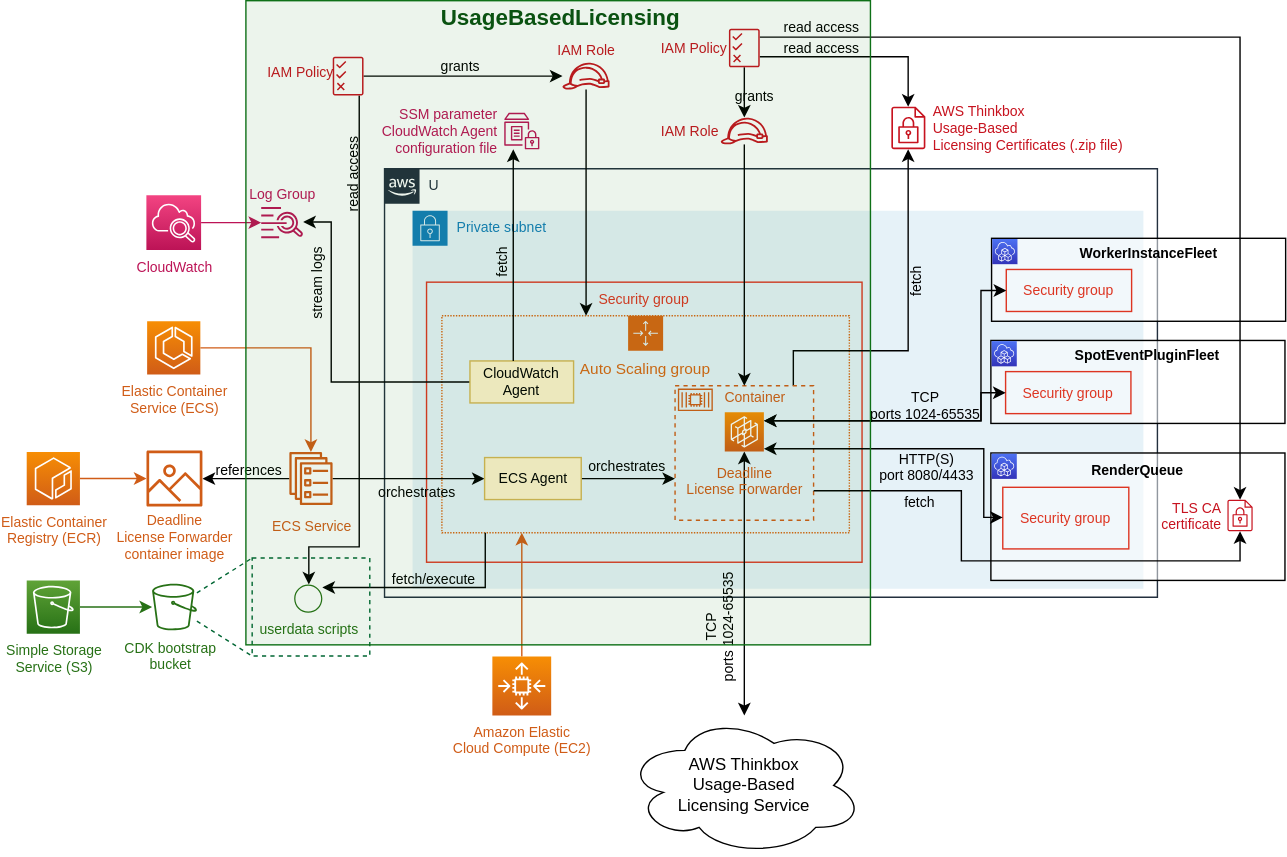
aws/aws-rfdk keeps this draw.io diagram as packages/aws-rfdk/docs/diagrams/deadline/UsageBasedLicensing.svg. Above is the earlier version. Source tidied: cells renumbered, new cells last; positions are measured from the earlier drawing's top-left corner, leaving out a move shared by most shapes.
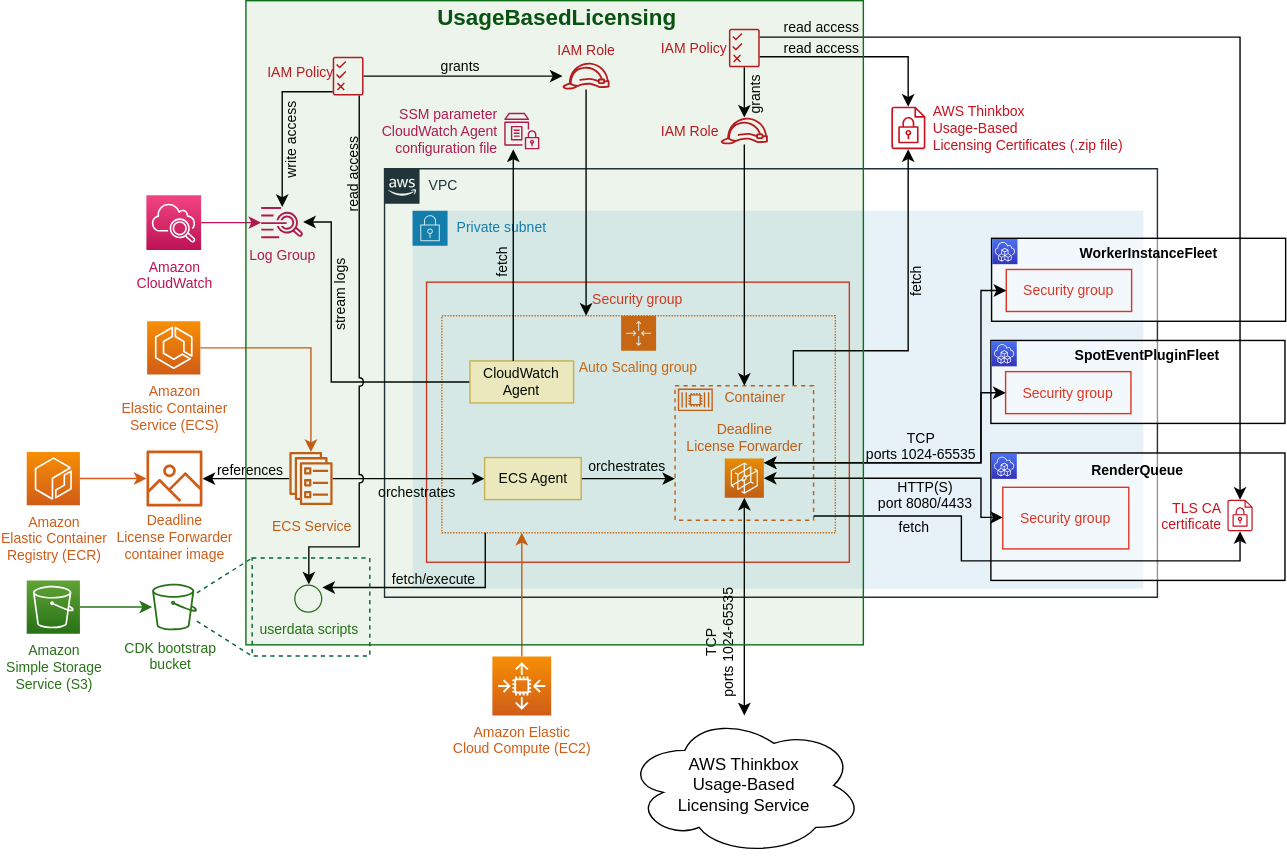
After the change.

Diff of the diagram source:
```diff
@@ -4,3 +4,3 @@
     <mxCell id="1" parent="0" />
-    <mxCell id="2" value="U" style="gradientColor=none;html=1;whiteSpace=wrap;fontSize=10;fontStyle=0;shape=mxgraph.aws4.group;grIcon=mxgraph.aws4.group_aws_cloud_alt;strokeColor=#232F3E;fillColor=none;verticalAlign=top;align=left;spacingLeft=30;fontColor=#232F3E;dashed=0;" parent="1" vertex="1">
+    <mxCell id="2" value="VPC" style="gradientColor=none;html=1;whiteSpace=wrap;fontSize=10;fontStyle=0;shape=mxgraph.aws4.group;grIcon=mxgraph.aws4.group_aws_cloud_alt;strokeColor=#232F3E;fillColor=none;verticalAlign=top;align=left;spacingLeft=30;fontColor=#232F3E;dashed=0;" parent="1" vertex="1">
       <mxGeometry x="255.1" y="120" width="551.9" height="306" as="geometry" />
@@ -11,6 +11,6 @@
     <mxCell id="4" value="Security group" style="fillColor=none;strokeColor=#DD3522;verticalAlign=top;fontStyle=0;fontColor=#DD3522;fontSize=10;" parent="1" vertex="1">
-      <mxGeometry x="285.1" y="201" width="311" height="200" as="geometry" />
+      <mxGeometry x="285.1" y="201" width="301.9" height="200" as="geometry" />
     </mxCell>
-    <mxCell id="5" value="Auto Scaling group" style="points=[[0,0],[0.25,0],[0.5,0],[0.75,0],[1,0],[1,0.25],[1,0.5],[1,0.75],[1,1],[0.75,1],[0.5,1],[0.25,1],[0,1],[0,0.75],[0,0.5],[0,0.25]];outlineConnect=0;gradientColor=none;html=1;whiteSpace=wrap;fontSize=11;fontStyle=0;shape=mxgraph.aws4.groupCenter;grIcon=mxgraph.aws4.group_auto_scaling_group;grStroke=1;strokeColor=#D86613;fillColor=none;verticalAlign=top;align=center;fontColor=#D86613;dashed=1;spacingTop=25;dashPattern=1 1;labelBackgroundColor=none;sketch=0;" parent="1" vertex="1">
-      <mxGeometry x="296" y="225" width="291" height="155" as="geometry" />
+    <mxCell id="5" value="Auto Scaling group" style="points=[[0,0],[0.25,0],[0.5,0],[0.75,0],[1,0],[1,0.25],[1,0.5],[1,0.75],[1,1],[0.75,1],[0.5,1],[0.25,1],[0,1],[0,0.75],[0,0.5],[0,0.25]];outlineConnect=0;gradientColor=none;html=1;whiteSpace=wrap;fontSize=10;fontStyle=0;shape=mxgraph.aws4.groupCenter;grIcon=mxgraph.aws4.group_auto_scaling_group;grStroke=1;strokeColor=#D86613;fillColor=none;verticalAlign=top;align=center;fontColor=#D86613;dashed=1;spacingTop=25;dashPattern=1 1;labelBackgroundColor=none;sketch=0;" parent="1" vertex="1">
+      <mxGeometry x="296" y="225" width="281" height="155" as="geometry" />
     </mxCell>
@@ -20,3 +20,3 @@
     <mxCell id="7" value="references" style="edgeStyle=orthogonalEdgeStyle;rounded=0;jettySize=auto;html=1;fontSize=10;labelBackgroundColor=none;" parent="1" edge="1" source="9" target="22">
-      <mxGeometry x="-0.05" y="-6" relative="1" as="geometry" />
+      <mxGeometry x="-0.09" y="-6" relative="1" as="geometry" />
     </mxCell>
@@ -31,6 +31,6 @@
     </mxCell>
-    <mxCell id="11" value="Simple Storage&lt;br style=&quot;font-size: 10px;&quot;&gt;Service (S3)" style="points=[[0,0,0],[0.25,0,0],[0.5,0,0],[0.75,0,0],[1,0,0],[0,1,0],[0.25,1,0],[0.5,1,0],[0.75,1,0],[1,1,0],[0,0.25,0],[0,0.5,0],[0,0.75,0],[1,0.25,0],[1,0.5,0],[1,0.75,0]];outlineConnect=0;gradientColor=#60A337;gradientDirection=north;fillColor=#277116;strokeColor=#ffffff;dashed=0;verticalLabelPosition=bottom;verticalAlign=top;align=center;html=1;fontSize=10;fontStyle=0;shape=mxgraph.aws4.resourceIcon;resIcon=mxgraph.aws4.s3;fontColor=#277116;" parent="1" vertex="1">
+    <mxCell id="11" value="Amazon&lt;br&gt;Simple Storage&lt;br style=&quot;font-size: 10px&quot;&gt;Service (S3)" style="points=[[0,0,0],[0.25,0,0],[0.5,0,0],[0.75,0,0],[1,0,0],[0,1,0],[0.25,1,0],[0.5,1,0],[0.75,1,0],[1,1,0],[0,0.25,0],[0,0.5,0],[0,0.75,0],[1,0.25,0],[1,0.5,0],[1,0.75,0]];outlineConnect=0;gradientColor=#60A337;gradientDirection=north;fillColor=#277116;strokeColor=#ffffff;dashed=0;verticalLabelPosition=bottom;verticalAlign=top;align=center;html=1;fontSize=10;fontStyle=0;shape=mxgraph.aws4.resourceIcon;resIcon=mxgraph.aws4.s3;fontColor=#277116;" parent="1" vertex="1">
       <mxGeometry x="-0.5" y="414" width="38" height="38" as="geometry" />
     </mxCell>
-    <mxCell id="12" value="fetch/execute" style="edgeStyle=orthogonalEdgeStyle;rounded=0;jettySize=auto;html=1;fontSize=10;labelBackgroundColor=none;" parent="1" edge="1" source="5" target="63">
+    <mxCell id="12" value="fetch/execute" style="edgeStyle=orthogonalEdgeStyle;rounded=0;jettySize=auto;html=1;fontSize=10;labelBackgroundColor=none;" parent="1" edge="1" source="5" target="64">
       <mxGeometry x="-0.02" y="-6" relative="1" as="geometry">
@@ -80,3 +80,3 @@
     </mxCell>
-    <mxCell id="21" value="Elastic Container&lt;br style=&quot;font-size: 10px;&quot;&gt;Service (ECS)" style="points=[[0,0,0],[0.25,0,0],[0.5,0,0],[0.75,0,0],[1,0,0],[0,1,0],[0.25,1,0],[0.5,1,0],[0.75,1,0],[1,1,0],[0,0.25,0],[0,0.5,0],[0,0.75,0],[1,0.25,0],[1,0.5,0],[1,0.75,0]];outlineConnect=0;gradientColor=#F78E04;gradientDirection=north;fillColor=#D05C17;strokeColor=#ffffff;dashed=0;verticalLabelPosition=bottom;verticalAlign=top;align=center;html=1;fontSize=10;fontStyle=0;shape=mxgraph.aws4.resourceIcon;resIcon=mxgraph.aws4.ecs;labelBackgroundColor=#ffffff;fontColor=#D05C17;" parent="1" vertex="1">
+    <mxCell id="21" value="Amazon&lt;br&gt;Elastic Container&lt;br style=&quot;font-size: 10px&quot;&gt;Service (ECS)" style="points=[[0,0,0],[0.25,0,0],[0.5,0,0],[0.75,0,0],[1,0,0],[0,1,0],[0.25,1,0],[0.5,1,0],[0.75,1,0],[1,1,0],[0,0.25,0],[0,0.5,0],[0,0.75,0],[1,0.25,0],[1,0.5,0],[1,0.75,0]];outlineConnect=0;gradientColor=#F78E04;gradientDirection=north;fillColor=#D05C17;strokeColor=#ffffff;dashed=0;verticalLabelPosition=bottom;verticalAlign=top;align=center;html=1;fontSize=10;fontStyle=0;shape=mxgraph.aws4.resourceIcon;resIcon=mxgraph.aws4.ecs;labelBackgroundColor=#ffffff;fontColor=#D05C17;" parent="1" vertex="1">
       <mxGeometry x="85.5" y="228.9" width="38" height="38" as="geometry" />
@@ -99,10 +99,10 @@
     </mxCell>
-    <mxCell id="26" style="edgeStyle=orthogonalEdgeStyle;rounded=0;jettySize=auto;html=1;labelBackgroundColor=none;fontSize=10;fontColor=#BC1356;startArrow=none;startFill=0;strokeColor=#BC1356;" parent="1" edge="1" source="27" target="64">
+    <mxCell id="26" style="edgeStyle=orthogonalEdgeStyle;rounded=0;jettySize=auto;html=1;labelBackgroundColor=none;fontSize=10;fontColor=#BC1356;startArrow=none;startFill=0;strokeColor=#BC1356;" parent="1" edge="1" source="27" target="65">
       <mxGeometry relative="1" as="geometry" />
     </mxCell>
-    <mxCell id="27" value="CloudWatch" style="points=[[0,0,0],[0.25,0,0],[0.5,0,0],[0.75,0,0],[1,0,0],[0,1,0],[0.25,1,0],[0.5,1,0],[0.75,1,0],[1,1,0],[0,0.25,0],[0,0.5,0],[0,0.75,0],[1,0.25,0],[1,0.5,0],[1,0.75,0]];points=[[0,0,0],[0.25,0,0],[0.5,0,0],[0.75,0,0],[1,0,0],[0,1,0],[0.25,1,0],[0.5,1,0],[0.75,1,0],[1,1,0],[0,0.25,0],[0,0.5,0],[0,0.75,0],[1,0.25,0],[1,0.5,0],[1,0.75,0]];outlineConnect=0;gradientColor=#F34482;gradientDirection=north;fillColor=#BC1356;strokeColor=#ffffff;dashed=0;verticalLabelPosition=bottom;verticalAlign=top;align=center;html=1;fontSize=10;fontStyle=0;shape=mxgraph.aws4.resourceIcon;resIcon=mxgraph.aws4.cloudwatch_2;labelBackgroundColor=none;fontColor=#BC1356;" parent="1" vertex="1">
+    <mxCell id="27" value="Amazon&lt;br&gt;CloudWatch" style="points=[[0,0,0],[0.25,0,0],[0.5,0,0],[0.75,0,0],[1,0,0],[0,1,0],[0.25,1,0],[0.5,1,0],[0.75,1,0],[1,1,0],[0,0.25,0],[0,0.5,0],[0,0.75,0],[1,0.25,0],[1,0.5,0],[1,0.75,0]];points=[[0,0,0],[0.25,0,0],[0.5,0,0],[0.75,0,0],[1,0,0],[0,1,0],[0.25,1,0],[0.5,1,0],[0.75,1,0],[1,1,0],[0,0.25,0],[0,0.5,0],[0,0.75,0],[1,0.25,0],[1,0.5,0],[1,0.75,0]];outlineConnect=0;gradientColor=#F34482;gradientDirection=north;fillColor=#BC1356;strokeColor=#ffffff;dashed=0;verticalLabelPosition=bottom;verticalAlign=top;align=center;html=1;fontSize=10;fontStyle=0;shape=mxgraph.aws4.resourceIcon;resIcon=mxgraph.aws4.cloudwatch_2;labelBackgroundColor=none;fontColor=#BC1356;" parent="1" vertex="1">
       <mxGeometry x="85" y="138.9" width="39.1" height="39.1" as="geometry" />
     </mxCell>
-    <mxCell id="28" value="stream logs" style="edgeStyle=orthogonalEdgeStyle;rounded=0;jettySize=auto;html=1;fontSize=10;labelBackgroundColor=none;horizontal=0;" parent="1" edge="1" source="29" target="64">
-      <mxGeometry x="0.45" y="10" relative="1" as="geometry">
+    <mxCell id="28" value="stream logs" style="edgeStyle=orthogonalEdgeStyle;rounded=0;jettySize=auto;html=1;fontSize=10;labelBackgroundColor=none;horizontal=0;" parent="1" edge="1" source="29" target="65">
+      <mxGeometry x="0.38" y="-7" relative="1" as="geometry">
         <Array as="points">
@@ -139,3 +139,3 @@
     </mxCell>
-    <mxCell id="36" value="Elastic Container&lt;br style=&quot;font-size: 10px;&quot;&gt;Registry (ECR)" style="points=[[0,0,0],[0.25,0,0],[0.5,0,0],[0.75,0,0],[1,0,0],[0,1,0],[0.25,1,0],[0.5,1,0],[0.75,1,0],[1,1,0],[0,0.25,0],[0,0.5,0],[0,0.75,0],[1,0.25,0],[1,0.5,0],[1,0.75,0]];outlineConnect=0;gradientColor=#F78E04;gradientDirection=north;fillColor=#D05C17;strokeColor=#ffffff;dashed=0;verticalLabelPosition=bottom;verticalAlign=top;align=center;html=1;fontSize=10;fontStyle=0;shape=mxgraph.aws4.resourceIcon;resIcon=mxgraph.aws4.ecr;labelBackgroundColor=#ffffff;fontColor=#D05C17;" parent="1" vertex="1">
+    <mxCell id="36" value="Amazon&lt;br&gt;Elastic Container&lt;br style=&quot;font-size: 10px&quot;&gt;Registry (ECR)" style="points=[[0,0,0],[0.25,0,0],[0.5,0,0],[0.75,0,0],[1,0,0],[0,1,0],[0.25,1,0],[0.5,1,0],[0.75,1,0],[1,1,0],[0,0.25,0],[0,0.5,0],[0,0.75,0],[1,0.25,0],[1,0.5,0],[1,0.75,0]];outlineConnect=0;gradientColor=#F78E04;gradientDirection=north;fillColor=#D05C17;strokeColor=#ffffff;dashed=0;verticalLabelPosition=bottom;verticalAlign=top;align=center;html=1;fontSize=10;fontStyle=0;shape=mxgraph.aws4.resourceIcon;resIcon=mxgraph.aws4.ecr;labelBackgroundColor=#ffffff;fontColor=#D05C17;" parent="1" vertex="1">
       <mxGeometry x="-0.5" y="322.2" width="38" height="38" as="geometry" />
@@ -145,4 +145,4 @@
     </mxCell>
-    <mxCell id="38" value="Deadline&lt;br&gt;License Forwarder" style="points=[[0,0,0],[0.25,0,0],[0.5,0,0],[0.75,0,0],[1,0,0],[0,1,0],[0.25,1,0],[0.5,1,0],[0.75,1,0],[1,1,0],[0,0.25,0],[0,0.5,0],[0,0.75,0],[1,0.25,0],[1,0.5,0],[1,0.75,0]];outlineConnect=0;gradientColor=#F78E04;gradientDirection=north;fillColor=#D05C17;strokeColor=#ffffff;dashed=0;verticalLabelPosition=bottom;verticalAlign=top;align=center;html=1;fontSize=10;fontStyle=0;shape=mxgraph.aws4.resourceIcon;resIcon=mxgraph.aws4.thinkbox_deadline;labelBackgroundColor=none;spacingTop=3;fontColor=#D05C17;" parent="1" vertex="1">
-      <mxGeometry x="498" y="294" width="27.9" height="27.9" as="geometry" />
+    <mxCell id="38" value="Deadline&lt;br&gt;License Forwarder" style="points=[[0,0,0],[0.25,0,0],[0.5,0,0],[0.75,0,0],[1,0,0],[0,1,0],[0.25,1,0],[0.5,1,0],[0.75,1,0],[1,1,0],[0,0.25,0],[0,0.5,0],[0,0.75,0],[1,0.25,0],[1,0.5,0],[1,0.75,0]];outlineConnect=0;gradientColor=#F78E04;gradientDirection=north;fillColor=#D05C17;strokeColor=#ffffff;dashed=0;verticalLabelPosition=top;verticalAlign=bottom;align=center;html=1;fontSize=10;fontStyle=0;shape=mxgraph.aws4.resourceIcon;resIcon=mxgraph.aws4.thinkbox_deadline;labelBackgroundColor=none;spacingTop=3;fontColor=#D05C17;labelPosition=center;" parent="1" vertex="1">
+      <mxGeometry x="498" y="327" width="27.9" height="27.9" as="geometry" />
     </mxCell>
@@ -195,3 +195,3 @@
     </mxCell>
-    <mxCell id="53" value="grants" style="edgeStyle=orthogonalEdgeStyle;rounded=0;jettySize=auto;html=1;labelBackgroundColor=none;fontSize=10;fontColor=#000000;strokeColor=#000000;" parent="1" edge="1" source="55" target="25">
+    <mxCell id="53" value="grants" style="edgeStyle=orthogonalEdgeStyle;rounded=0;jettySize=auto;html=1;labelBackgroundColor=none;fontSize=10;fontColor=#000000;strokeColor=#000000;horizontal=0;" parent="1" edge="1" source="55" target="25">
       <mxGeometry x="-0.1" y="-7" relative="1" as="geometry" />
@@ -211,3 +211,3 @@
         <Array as="points">
-          <mxPoint x="667" y="350" />
+          <mxPoint x="667" y="368" />
           <mxPoint x="667" y="400" />
@@ -220,3 +220,3 @@
         <Array as="points">
-          <mxPoint x="681" y="300" />
+          <mxPoint x="681" y="330" />
           <mxPoint x="681" y="280" />
@@ -226,5 +226,5 @@
     <mxCell id="58" value="TCP&lt;br&gt;ports 1024-65535" style="edgeStyle=orthogonalEdgeStyle;rounded=0;jettySize=auto;html=1;labelBackgroundColor=none;fontSize=10;startArrow=classic;startFill=1;" parent="1" edge="1" source="38" target="49">
-      <mxGeometry x="-0.14" y="11" relative="1" as="geometry">
+      <mxGeometry x="-0.24" y="12" relative="1" as="geometry">
         <Array as="points">
-          <mxPoint x="681" y="300" />
+          <mxPoint x="681" y="330" />
           <mxPoint x="681" y="207" />
@@ -234,6 +234,6 @@
     <mxCell id="59" value="HTTP(S)&lt;br&gt;port 8080/4433" style="rounded=0;jettySize=auto;html=1;labelBackgroundColor=none;fontSize=10;startArrow=classic;startFill=1;edgeStyle=orthogonalEdgeStyle;" parent="1" edge="1" source="38" target="46">
-      <mxGeometry x="0.06" y="-13" relative="1" as="geometry">
+      <mxGeometry x="0.16" y="-12" relative="1" as="geometry">
         <Array as="points">
-          <mxPoint x="683" y="320" />
-          <mxPoint x="683" y="369" />
+          <mxPoint x="681" y="341" />
+          <mxPoint x="681" y="369" />
         </Array>
@@ -241,3 +241,3 @@
     </mxCell>
-    <mxCell id="60" value="grants" style="edgeStyle=orthogonalEdgeStyle;rounded=0;jettySize=auto;html=1;fontSize=10;labelBackgroundColor=none;" parent="1" edge="1" source="62" target="41">
+    <mxCell id="60" value="grants" style="edgeStyle=orthogonalEdgeStyle;rounded=0;jettySize=auto;html=1;fontSize=10;labelBackgroundColor=none;" parent="1" edge="1" source="63" target="41">
       <mxGeometry x="-0.04" y="7" relative="1" as="geometry">
@@ -248,3 +248,3 @@
     </mxCell>
-    <mxCell id="61" value="read access" style="edgeStyle=orthogonalEdgeStyle;rounded=0;jettySize=auto;html=1;labelBackgroundColor=none;fontSize=10;horizontal=0;" parent="1" edge="1" source="62" target="63">
+    <mxCell id="61" value="read access" style="edgeStyle=orthogonalEdgeStyle;rounded=0;jettySize=auto;html=1;labelBackgroundColor=none;fontSize=10;horizontal=0;jumpStyle=arc;" parent="1" edge="1" source="63" target="64">
       <mxGeometry x="-0.7" y="-5" relative="1" as="geometry">
@@ -256,14 +256,21 @@
     </mxCell>
-    <mxCell id="62" value="IAM Policy" style="outlineConnect=0;gradientColor=none;fillColor=#C7131F;strokeColor=none;dashed=0;verticalLabelPosition=middle;verticalAlign=middle;align=right;html=1;fontSize=10;fontStyle=0;shape=mxgraph.aws4.permissions;labelBackgroundColor=none;labelPosition=left;spacingLeft=0;spacing=0;spacingBottom=0;spacingTop=-5;spacingRight=0;fontColor=#C7131F;" parent="1" vertex="1">
-      <mxGeometry x="218.1" y="40" width="22" height="27.7" as="geometry" />
+    <mxCell id="62" value="write access" style="edgeStyle=orthogonalEdgeStyle;rounded=0;jumpStyle=arc;jettySize=auto;html=1;labelBackgroundColor=none;fontSize=10;startArrow=none;startFill=0;endArrow=classic;endFill=1;strokeColor=#000000;horizontal=0;" parent="1" edge="1" source="63" target="65">
+      <mxGeometry x="0.2" y="6" relative="1" as="geometry">
+        <Array as="points">
+          <mxPoint x="182" y="65" />
+        </Array>
+      </mxGeometry>
     </mxCell>
-    <mxCell id="63" value="userdata scripts" style="outlineConnect=0;gradientColor=none;fillColor=#277116;strokeColor=none;dashed=0;verticalLabelPosition=bottom;verticalAlign=top;align=center;html=1;fontSize=10;fontStyle=0;shape=mxgraph.aws4.object;labelBackgroundColor=none;fontColor=#277116;" parent="1" vertex="1">
-      <mxGeometry x="190.5" y="416.9" width="20.1" height="20.1" as="geometry" />
+    <mxCell id="63" value="IAM Policy" style="outlineConnect=0;gradientColor=none;fillColor=#C7131F;strokeColor=none;dashed=0;verticalLabelPosition=middle;verticalAlign=middle;align=right;html=1;fontSize=10;fontStyle=0;shape=mxgraph.aws4.permissions;labelBackgroundColor=none;labelPosition=left;spacingLeft=0;spacing=0;spacingBottom=0;spacingTop=-5;spacingRight=0;fontColor=#C7131F;" parent="1" vertex="1">
+      <mxGeometry x="218.1" y="40" width="22" height="27.7" as="geometry" />
     </mxCell>
-    <mxCell id="64" value="Log Group" style="outlineConnect=0;gradientColor=none;fillColor=#BC1356;strokeColor=none;dashed=0;verticalLabelPosition=top;verticalAlign=bottom;align=center;html=1;fontSize=10;fontStyle=0;shape=mxgraph.aws4.logs;labelBackgroundColor=none;labelPosition=center;fontColor=#BC1356;" parent="1" vertex="1">
-      <mxGeometry x="167" y="147.3" width="30" height="22.3" as="geometry" />
+    <mxCell id="64" value="userdata scripts" style="outlineConnect=0;gradientColor=none;fillColor=#277116;strokeColor=none;dashed=0;verticalLabelPosition=bottom;verticalAlign=top;align=center;html=1;fontSize=10;fontStyle=0;shape=mxgraph.aws4.object;labelBackgroundColor=none;fontColor=#277116;" parent="1" vertex="1">
+      <mxGeometry x="190.5" y="416.9" width="20.1" height="20.1" as="geometry" />
     </mxCell>
-    <mxCell id="65" value="UsageBasedLicensing" style="rounded=0;whiteSpace=wrap;html=1;labelBackgroundColor=none;fontSize=16;verticalAlign=bottom;labelPosition=center;verticalLabelPosition=top;align=center;spacingTop=0;spacing=0;spacingBottom=-22;spacingLeft=4;fontColor=#0A5211;fillOpacity=8;fillColor=#0E7017;strokeColor=#0E7017;strokeOpacity=100;fontStyle=1;" parent="1" vertex="1">
-      <mxGeometry x="156.1" width="446" height="460" as="geometry" />
+    <mxCell id="65" value="Log Group" style="outlineConnect=0;gradientColor=none;fillColor=#BC1356;strokeColor=none;dashed=0;verticalLabelPosition=bottom;verticalAlign=top;align=center;html=1;fontSize=10;fontStyle=0;shape=mxgraph.aws4.logs;labelBackgroundColor=none;labelPosition=center;fontColor=#BC1356;" parent="1" vertex="1">
+      <mxGeometry x="167" y="147.3" width="30" height="22.3" as="geometry" />
     </mxCell>
+    <mxCell id="66" value="UsageBasedLicensing" style="rounded=0;whiteSpace=wrap;html=1;labelBackgroundColor=none;fontSize=16;verticalAlign=bottom;labelPosition=center;verticalLabelPosition=top;align=center;spacingTop=0;spacing=0;spacingBottom=-22;spacingLeft=4;fontColor=#0A5211;fillOpacity=8;fillColor=#0E7017;strokeColor=#0E7017;strokeOpacity=100;fontStyle=1;" parent="1" vertex="1">
+      <mxGeometry x="156.1" width="440.9" height="460" as="geometry" />
+    </mxCell>
   </root>
```
